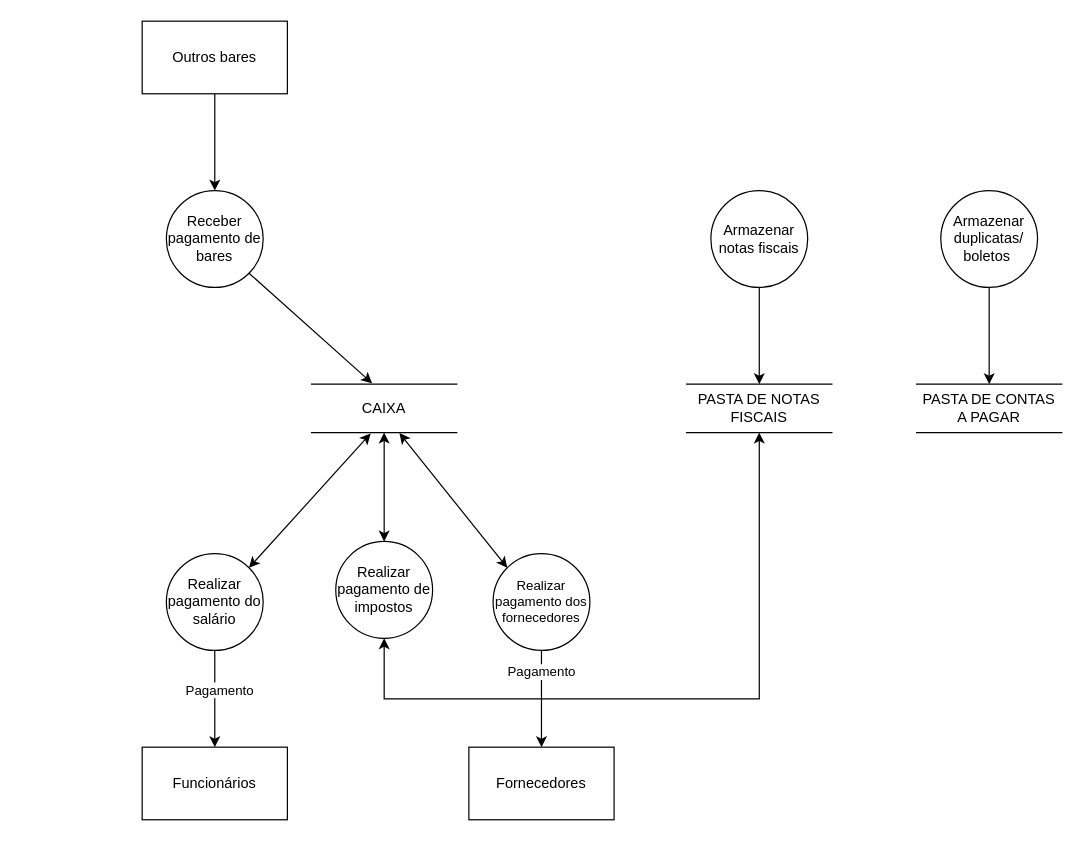
Darienzo08/ope_ads keeps this draw.io diagram as docs/ARTEFATOS(15-23)/Controlar_Fluxo_De_Caixa/DFD_Controlar_Fluxo_De_Caixa.drawio. Above is the earlier version. Source tidied: cells renumbered, new cells numbered last; positions are measured from the earlier drawing's top-left corner, leaving out a move shared by most shapes. Both pictures are drawn from the tidied source at 121%, with x=0, y=0 at pixel (142, 21).
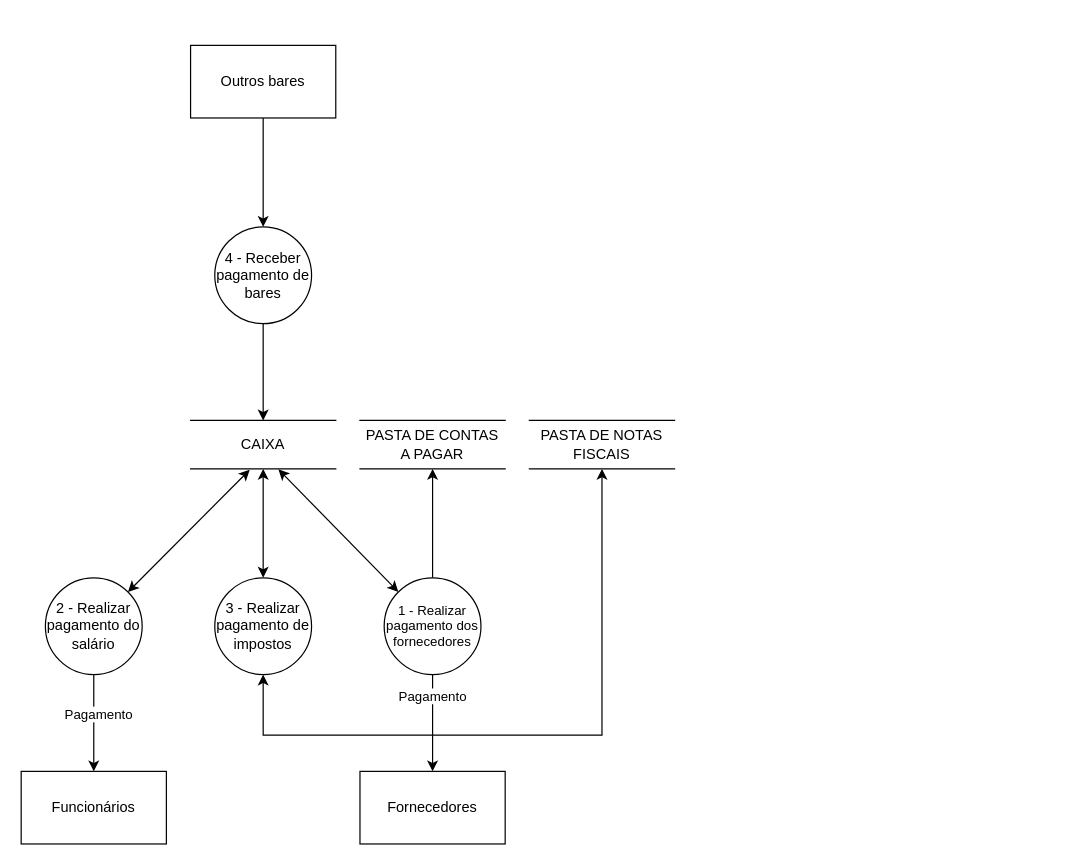
The same page after the edit.

What changed in the source:
```diff
@@
     <mxCell id="2" value="CAIXA" style="shape=partialRectangle;whiteSpace=wrap;html=1;left=0;right=0;fillColor=none;" parent="1" vertex="1">
-      <mxGeometry x="140" y="300" width="120" height="40" as="geometry" />
+      <mxGeometry x="40" y="330" width="120" height="40" as="geometry" />
     </mxCell>
-    <mxCell id="3" style="edgeStyle=orthogonalEdgeStyle;rounded=0;jettySize=auto;html=1;exitX=0.5;exitY=1;exitDx=0;exitDy=0;entryX=0.5;entryY=0;entryDx=0;entryDy=0;" parent="1" edge="1" source="4" target="20">
-      <mxGeometry relative="1" as="geometry" />
-    </mxCell>
-    <mxCell id="4" value="Armazenar notas fiscais" style="ellipse;whiteSpace=wrap;html=1;" parent="1" vertex="1">
-      <mxGeometry x="470" y="140" width="80" height="80" as="geometry" />
-    </mxCell>
-    <mxCell id="5" style="edgeStyle=orthogonalEdgeStyle;rounded=0;jettySize=auto;html=1;exitX=0.5;exitY=1;exitDx=0;exitDy=0;entryX=0.5;entryY=0;entryDx=0;entryDy=0;" parent="1" edge="1" source="6" target="16">
-      <mxGeometry relative="1" as="geometry" />
-    </mxCell>
-    <mxCell id="6" value="Armazenar duplicatas/&lt;br&gt;boletos&amp;nbsp;" style="ellipse;whiteSpace=wrap;html=1;" parent="1" vertex="1">
-      <mxGeometry x="660" y="140" width="80" height="80" as="geometry" />
-    </mxCell>
@@
+    <mxCell id="25" style="edgeStyle=orthogonalEdgeStyle;rounded=0;jettySize=auto;html=1;exitX=0.5;exitY=0;exitDx=0;exitDy=0;entryX=0.417;entryY=1;entryDx=0;entryDy=0;entryPerimeter=0;" parent="1" edge="1" source="8">
+      <mxGeometry relative="1" as="geometry">
+        <mxPoint x="240" y="370" as="targetPoint" />
+      </mxGeometry>
+    </mxCell>
-    <mxCell id="8" value="Realizar pagamento dos fornecedores" style="ellipse;whiteSpace=wrap;html=1;fontSize=11;" parent="1" vertex="1">
-      <mxGeometry x="290" y="440" width="80" height="80" as="geometry" />
+    <mxCell id="8" value="1 - Realizar pagamento dos fornecedores" style="ellipse;whiteSpace=wrap;html=1;fontSize=11;" parent="1" vertex="1">
+      <mxGeometry x="200" y="460" width="80" height="80" as="geometry" />
     </mxCell>
-    <mxCell id="9" value="Receber pagamento de bares" style="ellipse;whiteSpace=wrap;html=1;" parent="1" vertex="1">
-      <mxGeometry x="20" y="140" width="80" height="80" as="geometry" />
+    <mxCell id="9" value="4 - Receber pagamento de bares" style="ellipse;whiteSpace=wrap;html=1;" parent="1" vertex="1">
+      <mxGeometry x="60" y="170" width="80" height="80" as="geometry" />
     </mxCell>
@@
-    <mxCell id="12" value="Realizar pagamento do salário" style="ellipse;whiteSpace=wrap;html=1;" parent="1" vertex="1">
-      <mxGeometry x="20" y="440" width="80" height="80" as="geometry" />
+    <mxCell id="12" value="2 - Realizar pagamento do salário" style="ellipse;whiteSpace=wrap;html=1;" parent="1" vertex="1">
+      <mxGeometry x="-80" y="460" width="80" height="80" as="geometry" />
     </mxCell>
@@
     <mxCell id="14" style="edgeStyle=orthogonalEdgeStyle;rounded=0;jettySize=auto;html=1;exitX=0.5;exitY=1;exitDx=0;exitDy=0;startArrow=classic;startFill=1;entryX=0.5;entryY=1;entryDx=0;entryDy=0;" parent="1" edge="1" source="15" target="20">
       <mxGeometry relative="1" as="geometry">
         <Array as="points">
-          <mxPoint x="200" y="560" />
-          <mxPoint x="510" y="560" />
+          <mxPoint x="100" y="590" />
+          <mxPoint x="380" y="590" />
         </Array>
       </mxGeometry>
     </mxCell>
-    <mxCell id="15" value="Realizar pagamento de impostos" style="ellipse;whiteSpace=wrap;html=1;" parent="1" vertex="1">
-      <mxGeometry x="160" y="430" width="80" height="80" as="geometry" />
+    <mxCell id="15" value="3 - Realizar pagamento de impostos" style="ellipse;whiteSpace=wrap;html=1;" parent="1" vertex="1">
+      <mxGeometry x="60" y="460" width="80" height="80" as="geometry" />
     </mxCell>
     <mxCell id="16" value="PASTA DE CONTAS A PAGAR" style="shape=partialRectangle;whiteSpace=wrap;html=1;left=0;right=0;fillColor=none;" parent="1" vertex="1">
-      <mxGeometry x="640" y="300" width="120" height="40" as="geometry" />
+      <mxGeometry x="180" y="330" width="120" height="40" as="geometry" />
     </mxCell>
@@
-    <mxCell id="19" style="endArrow=classic;html=1;entryX=0.417;entryY=-0.018;entryDx=0;entryDy=0;entryPerimeter=0;exitX=1;exitY=1;exitDx=0;exitDy=0;" parent="1" edge="1" source="9" target="2">
+    <mxCell id="19" style="endArrow=classic;html=1;entryX=0.5;entryY=0;entryDx=0;entryDy=0;exitX=0.5;exitY=1;exitDx=0;exitDy=0;" parent="1" edge="1" source="9" target="2">
       <mxGeometry relative="1" as="geometry" />
     </mxCell>
     <mxCell id="20" value="PASTA DE NOTAS FISCAIS" style="shape=partialRectangle;whiteSpace=wrap;html=1;left=0;right=0;fillColor=none;" parent="1" vertex="1">
-      <mxGeometry x="450" y="300" width="120" height="40" as="geometry" />
+      <mxGeometry x="320" y="330" width="120" height="40" as="geometry" />
     </mxCell>
@@
     <mxCell id="22" value="Outros bares" style="rounded=0;whiteSpace=wrap;html=1;" parent="1" vertex="1">
-      <mxGeometry width="120" height="60" as="geometry" />
+      <mxGeometry x="40" y="20" width="120" height="60" as="geometry" />
     </mxCell>
     <mxCell id="23" value="Fornecedores" style="rounded=0;whiteSpace=wrap;html=1;" parent="1" vertex="1">
-      <mxGeometry x="270" y="600" width="120" height="60" as="geometry" />
+      <mxGeometry x="180" y="620" width="120" height="60" as="geometry" />
     </mxCell>
     <mxCell id="24" value="Funcionários" style="rounded=0;whiteSpace=wrap;html=1;" parent="1" vertex="1">
-      <mxGeometry y="600" width="120" height="60" as="geometry" />
+      <mxGeometry x="-100" y="620" width="120" height="60" as="geometry" />
     </mxCell>
```
